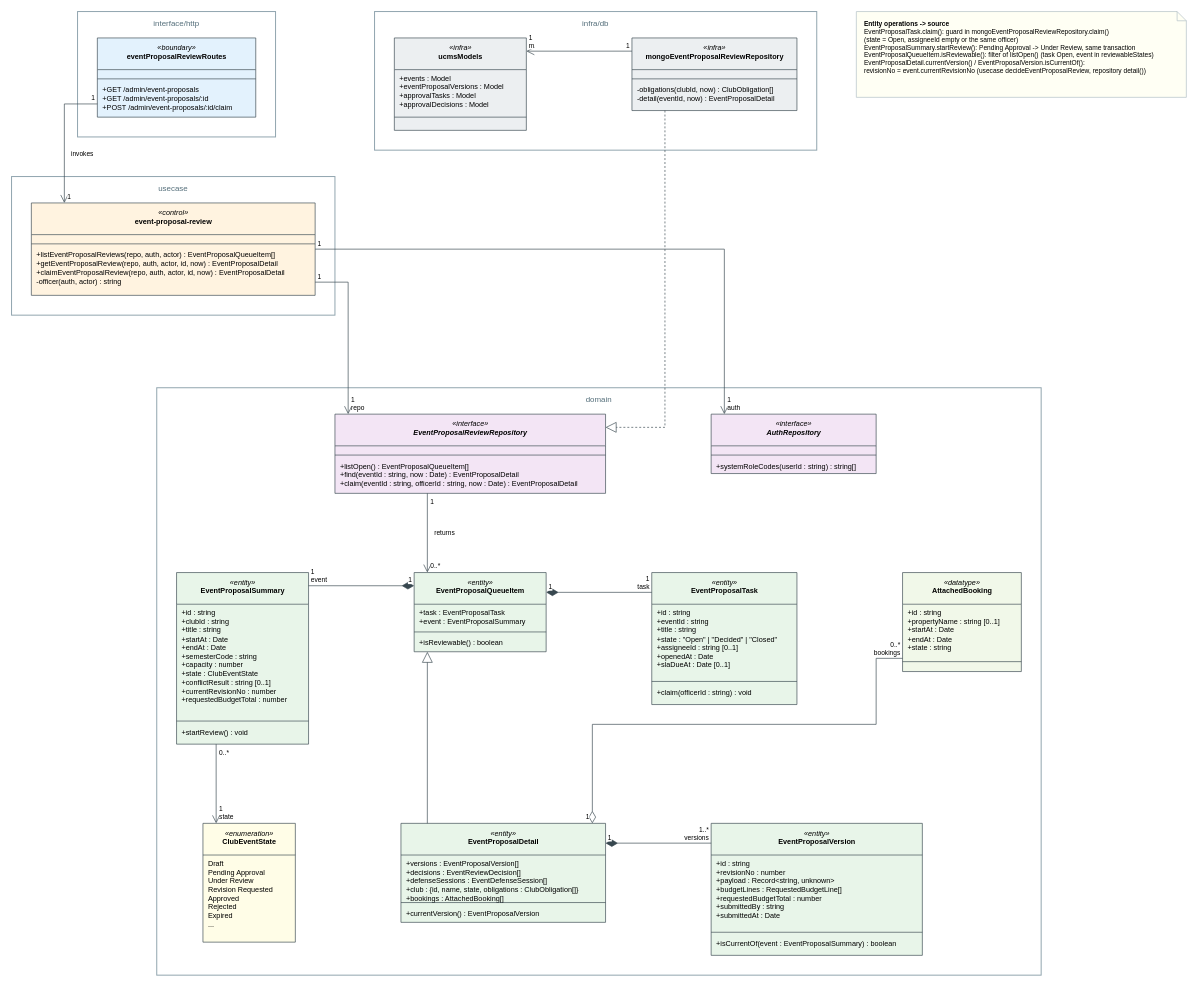
Above: page "01 Review-Event-Proposal" (2 of 18) of docs/03-diagrams/UCMS_Class_Diagrams.drawio in nvdekay/ClubManagementSystem (draw.io), before the change. Source tidied: cells renumbered, new cells numbered last; positions are measured from the earlier drawing's top-left corner, leaving out a move shared by most shapes. Both pictures are drawn from the tidied source at 66%, with x=0, y=0 at pixel (11, 11).
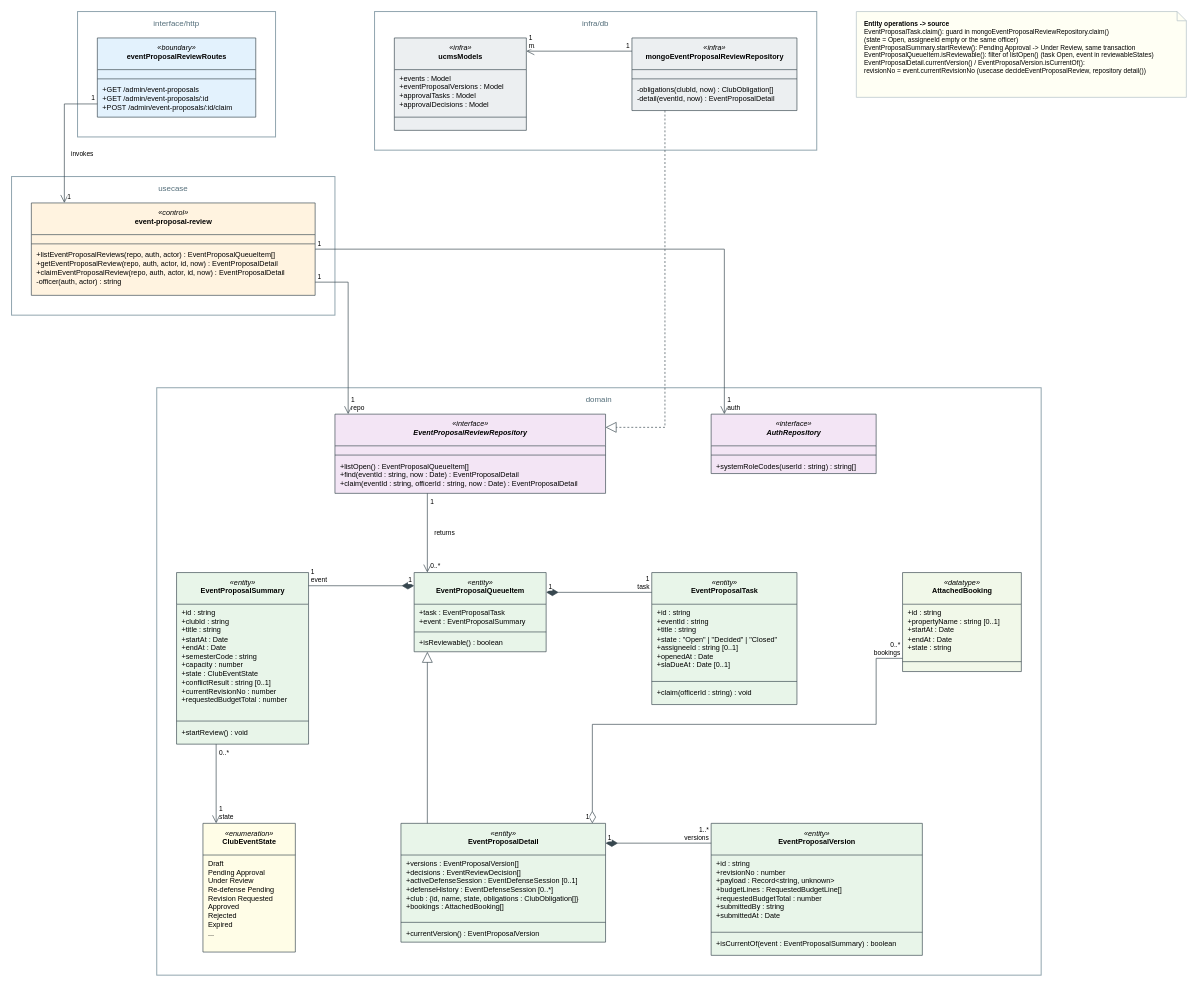
The same diagram, later.

Unchanged cells that the change refers to:
```xml
<mxCell id="12" value="domain" style="rounded=0;whiteSpace=wrap;html=1;fillColor=#FFFFFF;strokeColor=#90A4AE;strokeWidth=1.5;verticalAlign=top;align=center;fontColor=#546E7A;fontSize=12;fontFamily=Arial;spacingTop=4;" parent="1" vertex="1">
  <mxGeometry x="220" y="570" width="1340" height="890" as="geometry" />
</mxCell>
<mxCell id="37" value="&lt;i&gt;«entity»&lt;/i&gt;&lt;br&gt;&lt;b&gt;EventProposalVersion&lt;/b&gt;" style="swimlane;fontStyle=0;html=1;whiteSpace=nowrap;align=center;verticalAlign=top;horizontal=1;startSize=48;fillColor=#E8F5E9;swimlaneFillColor=#E8F5E9;strokeColor=#37474F;fontSize=11;fontFamily=Arial;spacingTop=2;" parent="12" vertex="1">
  <mxGeometry x="840" y="660" width="320" height="200" as="geometry" />
</mxCell>
```

Change to the diagram source:
```diff
@@
     <mxCell id="25" value="&lt;i&gt;«entity»&lt;/i&gt;&lt;br&gt;&lt;b&gt;EventProposalDetail&lt;/b&gt;" style="swimlane;fontStyle=0;html=1;whiteSpace=nowrap;align=center;verticalAlign=top;horizontal=1;startSize=48;fillColor=#E8F5E9;swimlaneFillColor=#E8F5E9;strokeColor=#37474F;fontSize=11;fontFamily=Arial;spacingTop=2;" parent="12" vertex="1">
-      <mxGeometry x="370" y="660" width="310" height="150" as="geometry" />
+      <mxGeometry x="370" y="660" width="310" height="180" as="geometry" />
     </mxCell>
-    <mxCell id="26" value="+versions : EventProposalVersion[]&lt;br&gt;+decisions : EventReviewDecision[]&lt;br&gt;+defenseSessions : EventDefenseSession[]&lt;br&gt;+club : {id, name, state, obligations : ClubObligation[]}&lt;br&gt;+bookings : AttachedBooking[]" style="text;html=1;strokeColor=none;fillColor=none;align=left;verticalAlign=top;spacingLeft=6;spacingRight=4;spacingTop=0;whiteSpace=nowrap;overflow=visible;fontSize=11;fontFamily=Arial;" parent="25" vertex="1">
-      <mxGeometry y="48" width="310" height="68" as="geometry" />
+    <mxCell id="26" value="+versions : EventProposalVersion[]&lt;br&gt;+decisions : EventReviewDecision[]&lt;br&gt;+activeDefenseSession : EventDefenseSession [0..1]&lt;br&gt;+defenseHistory : EventDefenseSession [0..*]&lt;br&gt;+club : {id, name, state, obligations : ClubObligation[]}&lt;br&gt;+bookings : AttachedBooking[]" style="text;html=1;strokeColor=none;fillColor=none;align=left;verticalAlign=top;spacingLeft=6;spacingRight=4;spacingTop=0;whiteSpace=nowrap;overflow=visible;fontSize=11;fontFamily=Arial;" parent="25" vertex="1">
+      <mxGeometry y="48" width="310" height="98" as="geometry" />
     </mxCell>
     <mxCell id="27" style="line;strokeWidth=1;fillColor=none;align=left;verticalAlign=middle;spacingTop=-1;spacingLeft=3;spacingRight=3;labelPosition=right;strokeColor=#37474F;" parent="25" vertex="1">
-      <mxGeometry y="116" width="310" height="8" as="geometry" />
+      <mxGeometry y="146" width="310" height="8" as="geometry" />
     </mxCell>
     <mxCell id="28" value="+currentVersion() : EventProposalVersion" style="text;html=1;strokeColor=none;fillColor=none;align=left;verticalAlign=top;spacingLeft=6;spacingRight=4;spacingTop=0;whiteSpace=nowrap;overflow=visible;fontSize=11;fontFamily=Arial;" parent="25" vertex="1">
-      <mxGeometry y="124" width="310" height="26" as="geometry" />
+      <mxGeometry y="154" width="310" height="26" as="geometry" />
     </mxCell>
@@
     <mxCell id="45" value="&lt;i&gt;«enumeration»&lt;/i&gt;&lt;br&gt;&lt;b&gt;ClubEventState&lt;/b&gt;" style="swimlane;fontStyle=0;html=1;whiteSpace=nowrap;align=center;verticalAlign=top;horizontal=1;startSize=48;fillColor=#FFFDE7;swimlaneFillColor=#FFFDE7;strokeColor=#37474F;fontSize=11;fontFamily=Arial;spacingTop=2;" parent="12" vertex="1">
-      <mxGeometry x="70" y="660" width="140" height="180" as="geometry" />
+      <mxGeometry x="70" y="660" width="140" height="195" as="geometry" />
     </mxCell>
-    <mxCell id="46" value="Draft&lt;br&gt;Pending Approval&lt;br&gt;Under Review&lt;br&gt;Revision Requested&lt;br&gt;Approved&lt;br&gt;Rejected&lt;br&gt;Expired&lt;br&gt;..." style="text;html=1;strokeColor=none;fillColor=none;align=left;verticalAlign=top;spacingLeft=6;spacingRight=4;spacingTop=0;whiteSpace=nowrap;overflow=visible;fontSize=11;fontFamily=Arial;" parent="45" vertex="1">
-      <mxGeometry y="48" width="140" height="132" as="geometry" />
+    <mxCell id="46" value="Draft&lt;br&gt;Pending Approval&lt;br&gt;Under Review&lt;br&gt;Re-defense Pending&lt;br&gt;Revision Requested&lt;br&gt;Approved&lt;br&gt;Rejected&lt;br&gt;Expired&lt;br&gt;..." style="text;html=1;strokeColor=none;fillColor=none;align=left;verticalAlign=top;spacingLeft=6;spacingRight=4;spacingTop=0;whiteSpace=nowrap;overflow=visible;fontSize=11;fontFamily=Arial;" parent="45" vertex="1">
+      <mxGeometry y="48" width="140" height="143" as="geometry" />
     </mxCell>
@@
-    <mxCell id="76" style="edgeStyle=orthogonalEdgeStyle;rounded=0;html=1;fontSize=10;fontFamily=Arial;strokeColor=#37474F;labelBackgroundColor=#FFFFFF;startArrow=diamondThin;startFill=1;startSize=16;endArrow=none;exitX=1.0000;exitY=0.2000;exitDx=0;exitDy=0;exitPerimeter=0;entryX=0.0000;entryY=0.1500;entryDx=0;entryDy=0;entryPerimeter=0;" parent="1" edge="1" source="25" target="37">
+    <mxCell id="76" style="edgeStyle=orthogonalEdgeStyle;rounded=0;html=1;fontSize=10;fontFamily=Arial;strokeColor=#37474F;labelBackgroundColor=#FFFFFF;startArrow=diamondThin;startFill=1;startSize=16;endArrow=none;exitX=1.0000;exitY=0.1667;exitDx=0;exitDy=0;exitPerimeter=0;entryX=0.0000;entryY=0.1500;entryDx=0;entryDy=0;entryPerimeter=0;" parent="1" edge="1" source="25" target="37">
       <mxGeometry relative="1" as="geometry" />
     </mxCell>
```
